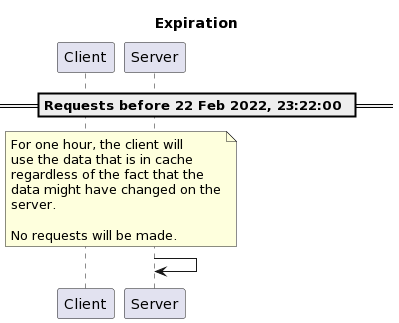
Earlier version of the PlantUML export 23-caching-and-performance/images/expiration-model-part-2.png (heig-vd-dai-course/heig-vd-dai-course). The source it was exported from:
```plantuml
@startuml
title "Expiration"

participant Client
participant Server

== Requests before 22 Feb 2022, 23:22:00 ==

note over Client, Server
For one hour, the client will
use the data that is in cache
regardless of the fact that the
data might have changed on the
server.

No requests will be made.
end note

Server -> Server
@enduml
```
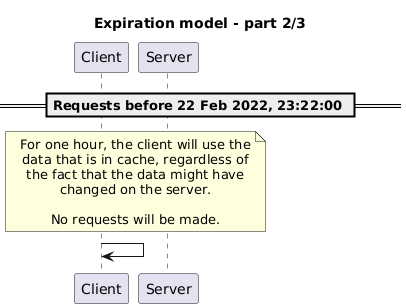
Above is the later version.

What changed in the source:
```diff
@@ -1,20 +1,22 @@
 @startuml
-title "Expiration"
+skinparam boxPadding 100
+skinparam maxMessageSize 150
+skinparam noteTextAlignment center
+skinparam sequenceMessageAlign direction
+skinparam wrapWidth 250
 
-participant Client
-participant Server
+title "Expiration model - part 2/3"
+
+participant Client as client
+participant Server as server
 
 == Requests before 22 Feb 2022, 23:22:00 ==
 
-note over Client, Server
-For one hour, the client will
-use the data that is in cache
-regardless of the fact that the
-data might have changed on the
-server.
+note over client, server
+For one hour, the client will use the data that is in cache, regardless of the fact that the data might have changed on the server.
 
 No requests will be made.
 end note
 
-Server -> Server
+client -> client
 @enduml
```
